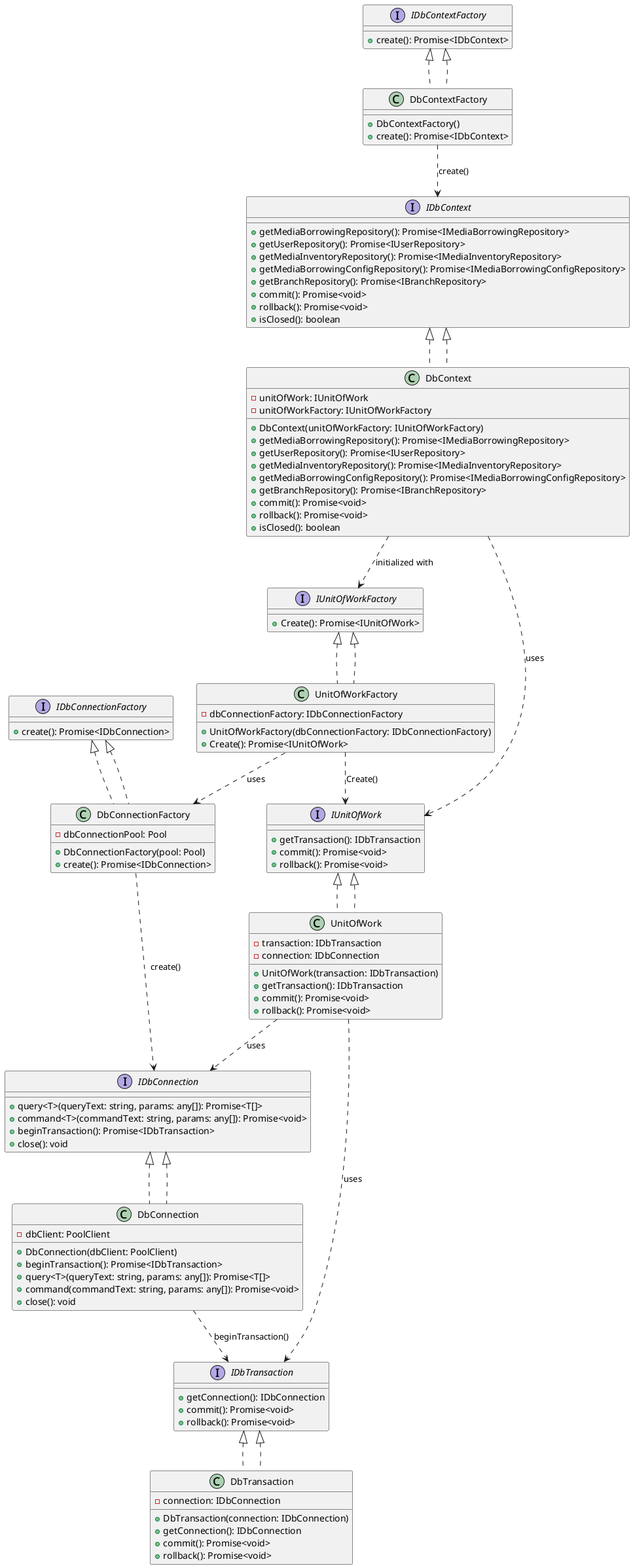
Earlier version of the PlantUML export documentation/c4/level-4/media-borrowing/png/media-borrowing-db-classes.png (Nox-iv/group-11). The source it was exported from:
```plantuml
@startuml

interface IDbConnection {
    +query<T>(queryText: string, params: any[]): Promise<T[]>
    +command<T>(commandText: string, params: any[]): Promise<void>
    +beginTransaction(): Promise<IDbTransaction>
    +close(): void
}

interface IDbConnectionFactory {
    +create(): Promise<IDbConnection>
}

class DbConnection implements IDbConnection {
    -dbClient: PoolClient
    +DbConnection(dbClient: PoolClient)
    +beginTransaction(): Promise<IDbTransaction>
    +query<T>(queryText: string, params: any[]): Promise<T[]>
    +command(commandText: string, params: any[]): Promise<void>
    +close(): void
}

class DbConnectionFactory implements IDbConnectionFactory {
    -dbConnectionPool: Pool
    +DbConnectionFactory(pool: Pool)
    +create(): Promise<IDbConnection>
}

interface IDbTransaction {
    +getConnection(): IDbConnection
    +commit(): Promise<void>
    +rollback(): Promise<void>
}

class DbTransaction implements IDbTransaction {
    -connection: IDbConnection
    +DbTransaction(connection: IDbConnection)
    +getConnection(): IDbConnection
    +commit(): Promise<void>
    +rollback(): Promise<void>
}

interface IUnitOfWork {
    +getTransaction(): IDbTransaction
    +commit(): Promise<void>
    +rollback(): Promise<void>
}

interface IUnitOfWorkFactory {
    +Create(): Promise<IUnitOfWork>
}

class UnitOfWorkFactory implements IUnitOfWorkFactory {
    -dbConnectionFactory: IDbConnectionFactory
    +UnitOfWorkFactory(dbConnectionFactory: IDbConnectionFactory)
    +Create(): Promise<IUnitOfWork>
}

class UnitOfWork implements IUnitOfWork {
    -transaction: IDbTransaction
    -connection: IDbConnection
    +UnitOfWork(transaction: IDbTransaction)
    +getTransaction(): IDbTransaction
    +commit(): Promise<void>
    +rollback(): Promise<void>
}

interface IDbContext {
    +getMediaBorrowingRepository(): Promise<IMediaBorrowingRepository>
    +getUserRepository(): Promise<IUserRepository>
    +getMediaInventoryRepository(): Promise<IMediaInventoryRepository>
    +getMediaBorrowingConfigRepository(): Promise<IMediaBorrowingConfigRepository>
    +getBranchRepository(): Promise<IBranchRepository>
    +commit(): Promise<void>
    +rollback(): Promise<void>
    +isClosed(): boolean
}

class DbContext implements IDbContext {
    -unitOfWork: IUnitOfWork
    -unitOfWorkFactory: IUnitOfWorkFactory
    +DbContext(unitOfWorkFactory: IUnitOfWorkFactory)
    +getMediaBorrowingRepository(): Promise<IMediaBorrowingRepository>
    +getUserRepository(): Promise<IUserRepository>
    +getMediaInventoryRepository(): Promise<IMediaInventoryRepository>
    +getMediaBorrowingConfigRepository(): Promise<IMediaBorrowingConfigRepository>
    +getBranchRepository(): Promise<IBranchRepository>
    +commit(): Promise<void>
    +rollback(): Promise<void>
    +isClosed(): boolean
}

interface IDbContextFactory {
    +create(): Promise<IDbContext>
}

class DbContextFactory implements IDbContextFactory {
    +DbContextFactory()
    +create(): Promise<IDbContext>
}

IDbConnection <|.. DbConnection
IDbConnectionFactory <|.. DbConnectionFactory
IDbTransaction <|.. DbTransaction
IUnitOfWorkFactory <|.. UnitOfWorkFactory
IUnitOfWork <|.. UnitOfWork
IDbContext <|.. DbContext
IDbContextFactory <|.. DbContextFactory

DbConnectionFactory ..> IDbConnection : create()
UnitOfWorkFactory ..> IUnitOfWork : Create()
UnitOfWorkFactory ..> DbConnectionFactory : uses

UnitOfWork ..> IDbTransaction : uses
UnitOfWork ..> IDbConnection : uses

DbConnection ..> IDbTransaction : beginTransaction()

DbContextFactory ..> IDbContext : create()

DbContext ..> IUnitOfWork : uses
DbContext ..> IUnitOfWorkFactory : initialized with

@enduml
```
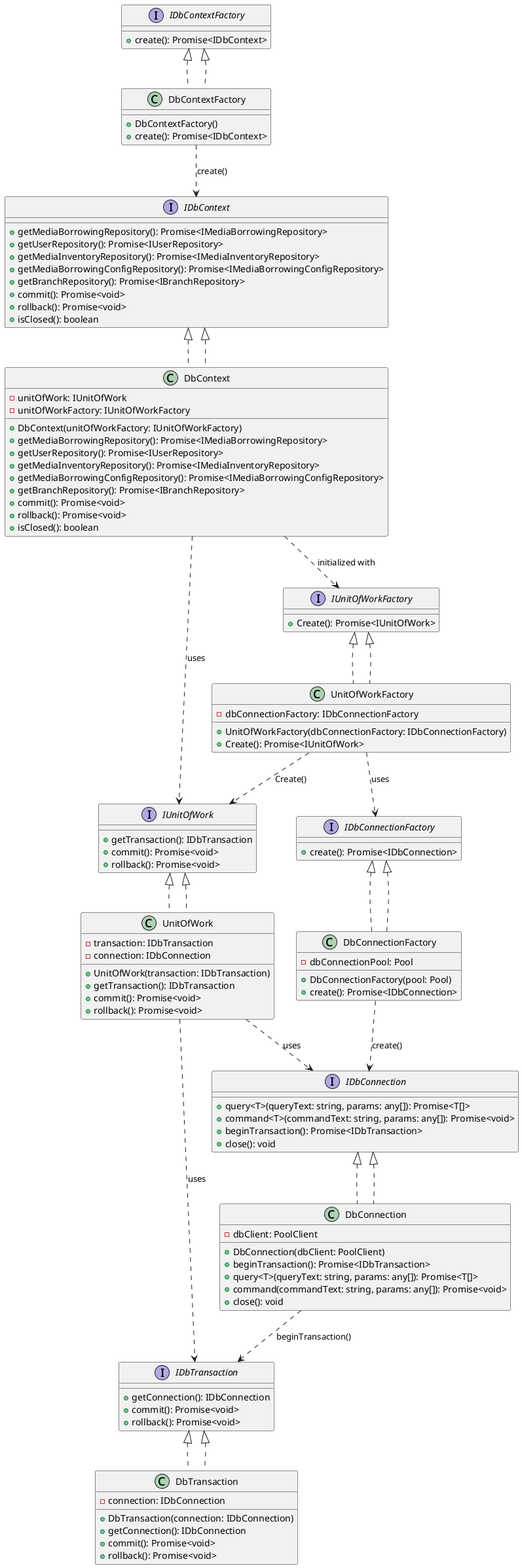
After the change.

Diff of the diagram source:
```diff
@@ -109,7 +109,7 @@
 
 DbConnectionFactory ..> IDbConnection : create()
 UnitOfWorkFactory ..> IUnitOfWork : Create()
-UnitOfWorkFactory ..> DbConnectionFactory : uses
+UnitOfWorkFactory ..> IDbConnectionFactory : uses
 
 UnitOfWork ..> IDbTransaction : uses
 UnitOfWork ..> IDbConnection : uses
```
